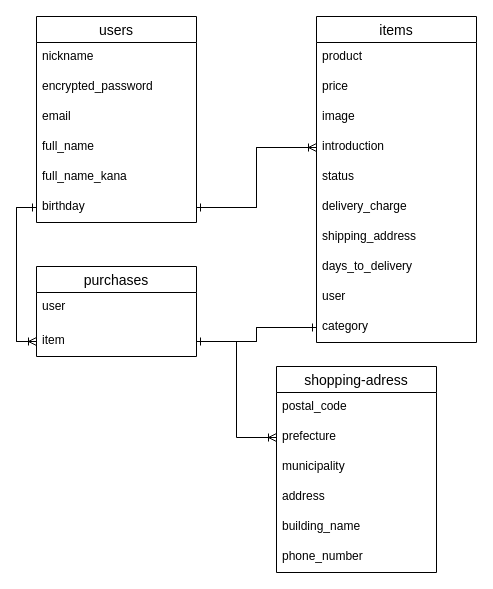
Above: furima.dio in shiori0221/furima-35917 (draw.io), before the change. Source tidied: cells renumbered, new cells numbered last; positions are measured from the earlier drawing's top-left corner, leaving out a move shared by most shapes. Both pictures are drawn from the tidied source at 100%, with x=0, y=0 at pixel (36, 16).
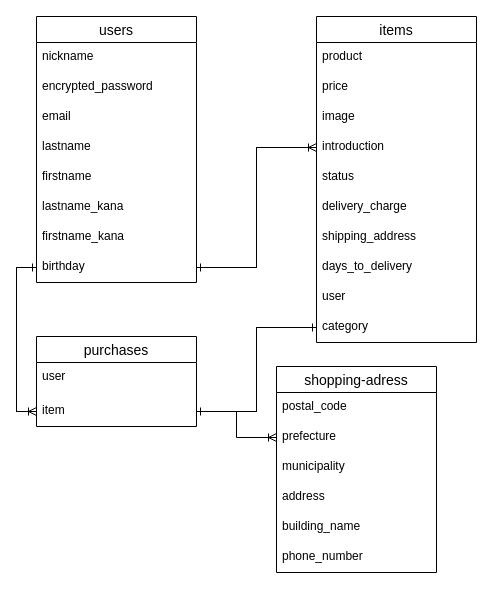
The same page after the edit.

Commit message (it also covers changes not shown here):
ユーザー名カラムの修正

Change to the diagram source:
```diff
@@
     <mxCell id="2" value="users" style="swimlane;fontStyle=0;horizontal=1;startSize=26;align=center;fontSize=14;" parent="1" vertex="1">
-      <mxGeometry width="160" height="206" as="geometry" />
+      <mxGeometry width="160" height="266" as="geometry" />
     </mxCell>
@@
+    <mxCell id="37" value="lastname" style="text;strokeColor=none;fillColor=none;spacingLeft=4;spacingRight=4;overflow=hidden;fontSize=12;" parent="2" vertex="1">
+      <mxGeometry y="116" width="160" height="30" as="geometry" />
+    </mxCell>
+    <mxCell id="38" value="firstname" style="text;strokeColor=none;fillColor=none;spacingLeft=4;spacingRight=4;overflow=hidden;fontSize=12;" parent="2" vertex="1">
+      <mxGeometry y="146" width="160" height="30" as="geometry" />
+    </mxCell>
-    <mxCell id="6" value="full_name" style="text;strokeColor=none;fillColor=none;spacingLeft=4;spacingRight=4;overflow=hidden;fontSize=12;" parent="2" vertex="1">
-      <mxGeometry y="116" width="160" height="30" as="geometry" />
+    <mxCell id="6" value="lastname_kana" style="text;strokeColor=none;fillColor=none;spacingLeft=4;spacingRight=4;overflow=hidden;fontSize=12;" parent="2" vertex="1">
+      <mxGeometry y="176" width="160" height="30" as="geometry" />
     </mxCell>
-    <mxCell id="7" value="full_name_kana" style="text;strokeColor=none;fillColor=none;spacingLeft=4;spacingRight=4;overflow=hidden;fontSize=12;" parent="2" vertex="1">
-      <mxGeometry y="146" width="160" height="30" as="geometry" />
+    <mxCell id="7" value="firstname_kana" style="text;strokeColor=none;fillColor=none;spacingLeft=4;spacingRight=4;overflow=hidden;fontSize=12;" parent="2" vertex="1">
+      <mxGeometry y="206" width="160" height="30" as="geometry" />
     </mxCell>
     <mxCell id="8" value="birthday" style="text;strokeColor=none;fillColor=none;spacingLeft=4;spacingRight=4;overflow=hidden;points=[[0,0.5],[1,0.5]];portConstraint=eastwest;fontSize=12;" parent="2" vertex="1">
-      <mxGeometry y="176" width="160" height="30" as="geometry" />
+      <mxGeometry y="236" width="160" height="30" as="geometry" />
     </mxCell>
@@
     <mxCell id="20" value="purchases" style="swimlane;fontStyle=0;horizontal=1;startSize=26;align=center;fontSize=14;" parent="1" vertex="1">
-      <mxGeometry y="250" width="160" height="90" as="geometry" />
+      <mxGeometry y="320" width="160" height="90" as="geometry" />
     </mxCell>
```
